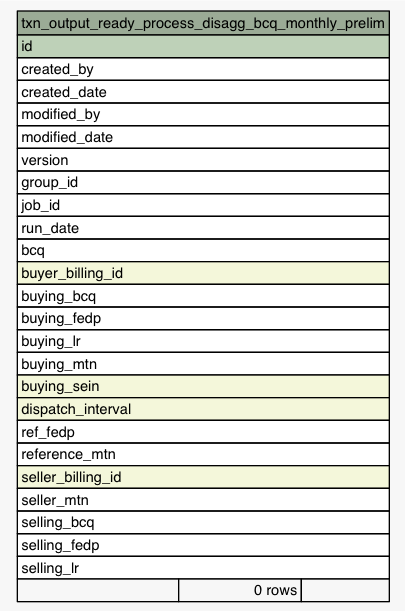
The Graphviz diagram Data/settlement/diagrams/summary/txn_output_ready_process_disagg_bcq_monthly_prelim.1degree.png in eyana-m/python-data-dictionary-writer, before a commit. Its source is kept beside it as Data/settlement/diagrams/summary/txn_output_ready_process_disagg_bcq_monthly_prelim.1degree.dot.
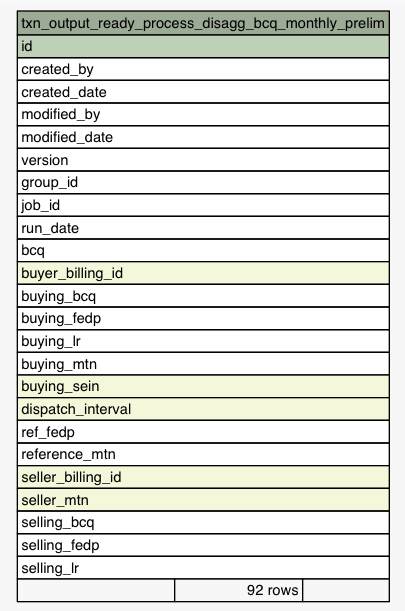
Above is the later version.

What changed in the source:
```diff
@@ -39,11 +39,11 @@
       <TR><TD PORT="ref_fedp" COLSPAN="3" ALIGN="LEFT">ref_fedp</TD></TR>
       <TR><TD PORT="reference_mtn" COLSPAN="3" ALIGN="LEFT">reference_mtn</TD></TR>
       <TR><TD PORT="seller_billing_id" COLSPAN="3" BGCOLOR="#f4f7da" ALIGN="LEFT">seller_billing_id</TD></TR>
-      <TR><TD PORT="seller_mtn" COLSPAN="3" ALIGN="LEFT">seller_mtn</TD></TR>
+      <TR><TD PORT="seller_mtn" COLSPAN="3" BGCOLOR="#f4f7da" ALIGN="LEFT">seller_mtn</TD></TR>
       <TR><TD PORT="selling_bcq" COLSPAN="3" ALIGN="LEFT">selling_bcq</TD></TR>
       <TR><TD PORT="selling_fedp" COLSPAN="3" ALIGN="LEFT">selling_fedp</TD></TR>
       <TR><TD PORT="selling_lr" COLSPAN="3" ALIGN="LEFT">selling_lr</TD></TR>
-      <TR><TD ALIGN="LEFT" BGCOLOR="#f7f7f7">  </TD><TD ALIGN="RIGHT" BGCOLOR="#f7f7f7">0 rows</TD><TD ALIGN="RIGHT" BGCOLOR="#f7f7f7">  </TD></TR>
+      <TR><TD ALIGN="LEFT" BGCOLOR="#f7f7f7">  </TD><TD ALIGN="RIGHT" BGCOLOR="#f7f7f7">92 rows</TD><TD ALIGN="RIGHT" BGCOLOR="#f7f7f7">  </TD></TR>
     </TABLE>>
     URL="tables/txn_output_ready_process_disagg_bcq_monthly_prelim.html"
     tooltip="txn_output_ready_process_disagg_bcq_monthly_prelim"
```
